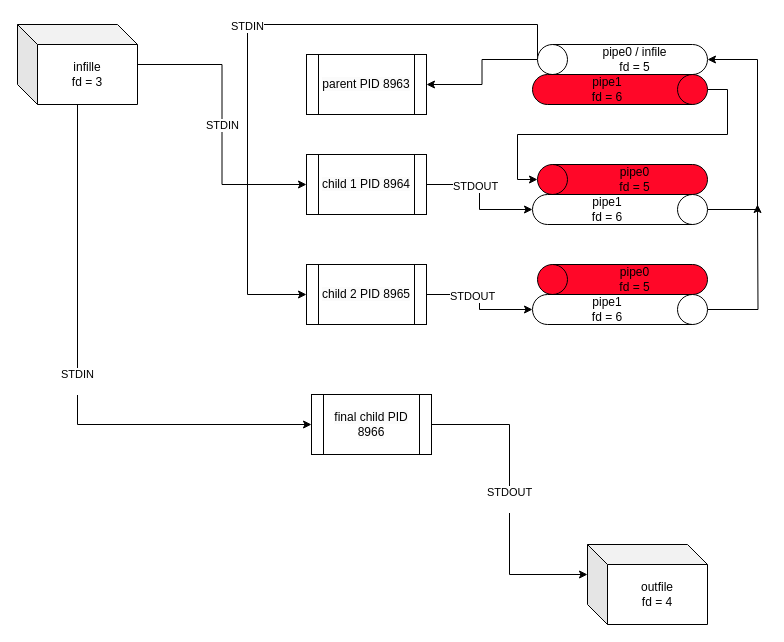
Earlier version of the draw.io diagram resources/ejecucion_2cmd (Copiar).drawio (odruke/pipex). Source tidied: cells renumbered, new cells numbered last; positions are measured from the earlier drawing's top-left corner, leaving out a move shared by most shapes. Both pictures are drawn from the tidied source at 100%, with x=0, y=0 at pixel (17, 24).
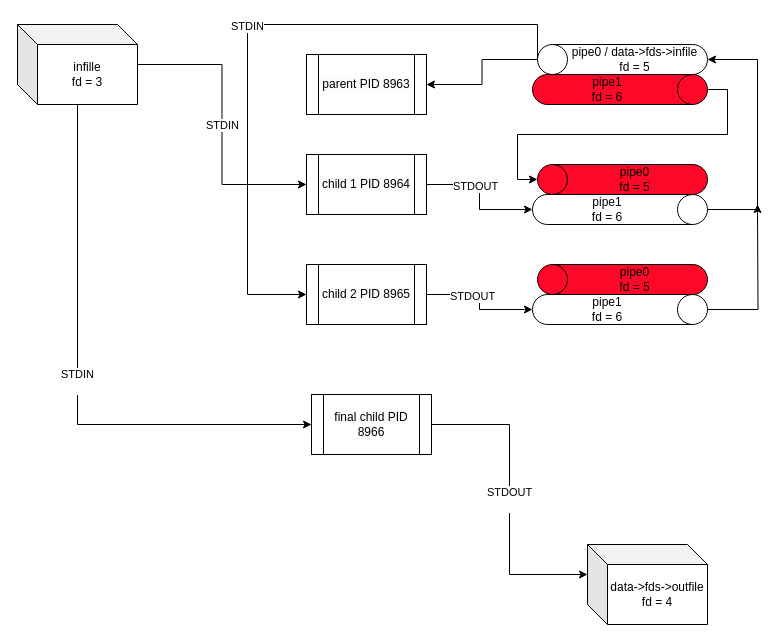
The same diagram, later.

Change to the diagram source:
```diff
@@
-    <mxCell id="4" value="pipe0 / infile&lt;div&gt;fd = 5&lt;/div&gt;" style="shape=cylinder3;whiteSpace=wrap;html=1;boundedLbl=1;backgroundOutline=1;size=15;direction=north;" parent="1" vertex="1">
+    <mxCell id="4" value="pipe0 / data-&gt;fds-&gt;infile&lt;div&gt;fd = 5&lt;/div&gt;" style="shape=cylinder3;whiteSpace=wrap;html=1;boundedLbl=1;backgroundOutline=1;size=15;direction=north;" parent="1" vertex="1">
       <mxGeometry x="520" y="20" width="170" height="30" as="geometry" />
     </mxCell>
@@
-    <mxCell id="8" value="outfile&lt;div&gt;fd = 4&lt;/div&gt;" style="shape=cube;whiteSpace=wrap;html=1;boundedLbl=1;backgroundOutline=1;darkOpacity=0.05;darkOpacity2=0.1;" parent="1" vertex="1">
+    <mxCell id="8" value="data-&gt;fds-&gt;outfile&lt;div&gt;fd = 4&lt;/div&gt;" style="shape=cube;whiteSpace=wrap;html=1;boundedLbl=1;backgroundOutline=1;darkOpacity=0.05;darkOpacity2=0.1;" parent="1" vertex="1">
       <mxGeometry x="570" y="520" width="120" height="80" as="geometry" />
     </mxCell>
```
